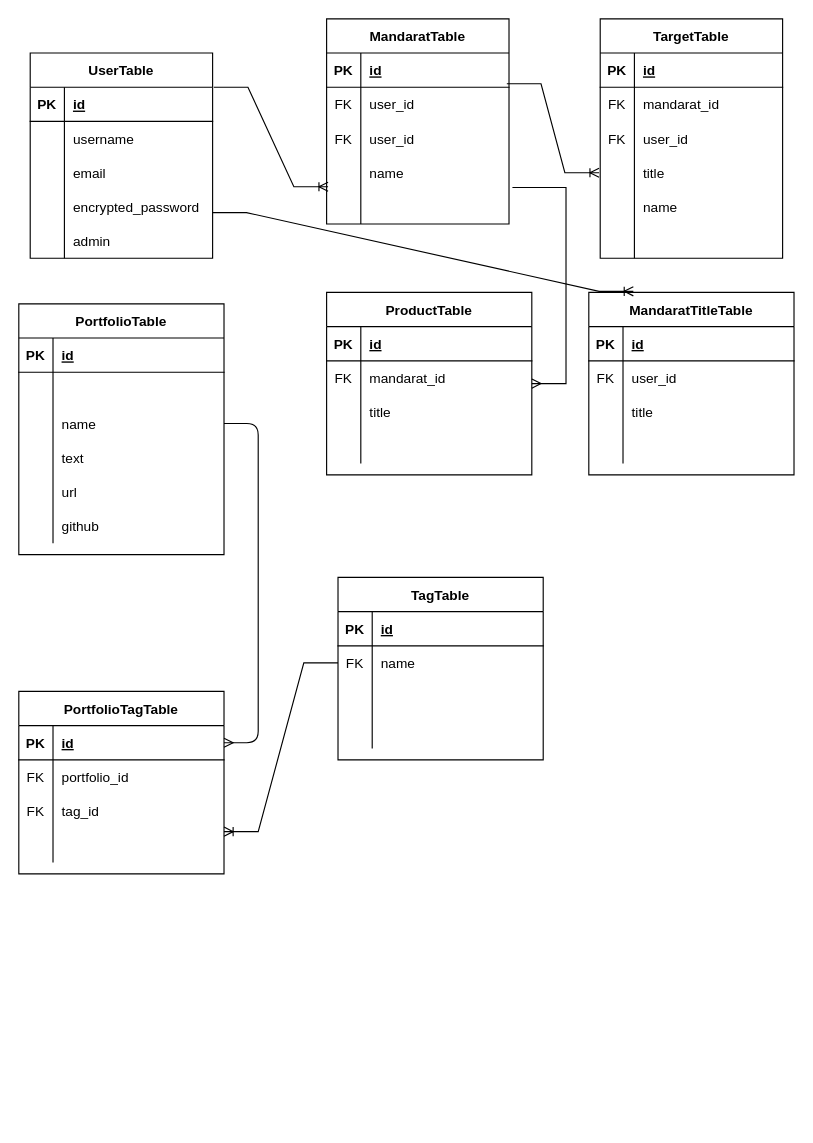
Above: page "ページ1" (1 of 2) of app/er.dio in JAMChannel/mandarat-app (draw.io), before the change. Source tidied: cells renumbered, new cells numbered last; positions are measured from the earlier drawing's top-left corner, leaving out a move shared by most shapes. Both pictures are drawn from the tidied source at 114%, with x=0, y=0 at pixel (18, 18).
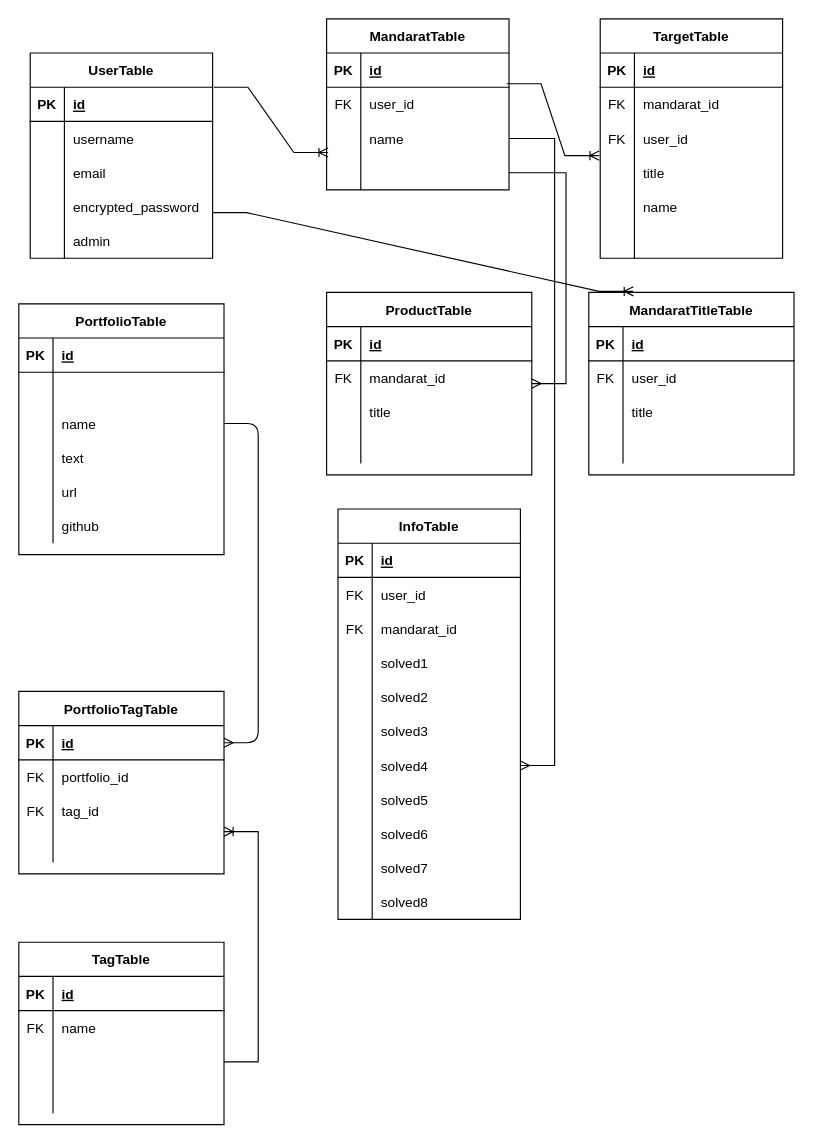
The same diagram, later.

Unchanged cells that the change refers to:
```xml
<mxCell id="23" style="shape=partialRectangle;fillColor=none;top=0;left=0;bottom=0;right=0;points=[[0,0.5],[1,0.5]];portConstraint=eastwest;" parent="19" vertex="1">
  <mxGeometry y="60" width="160" height="30" as="geometry" />
</mxCell>
<mxCell id="35" value="ProductTable" style="shape=table;startSize=30;childLayout=tableLayout;rowLines=0;fontStyle=1;align=center;" parent="1" vertex="1">
  <mxGeometry x="270" y="240" width="180" height="160" as="geometry" />
</mxCell>
<mxCell id="78" style="shape=partialRectangle;fillColor=none;top=0;left=0;bottom=0;right=0;points=[[0,0.5],[1,0.5]];portConstraint=eastwest;" parent="68" vertex="1">
  <mxGeometry y="120" width="180" height="30" as="geometry" />
</mxCell>
<mxCell id="86" style="shape=partialRectangle;fillColor=none;top=0;left=0;bottom=0;right=0;points=[[0,0.5],[1,0.5]];portConstraint=eastwest;" parent="82" vertex="1">
  <mxGeometry y="60" width="180" height="30" as="geometry" />
</mxCell>
<mxCell id="89" style="shape=partialRectangle;fillColor=none;top=0;left=0;bottom=0;right=0;points=[[0,0.5],[1,0.5]];portConstraint=eastwest;" parent="82" vertex="1">
  <mxGeometry y="90" width="180" height="30" as="geometry" />
</mxCell>
<mxCell id="106" style="shape=partialRectangle;fillColor=none;top=0;left=0;bottom=0;right=0;points=[[0,0.5],[1,0.5]];portConstraint=eastwest;" parent="96" vertex="1">
  <mxGeometry y="120" width="160" height="30" as="geometry" />
</mxCell>
```

The edit, as a diff of the source:
```diff
@@
     <mxCell id="19" value="MandaratTable" style="shape=table;startSize=30;childLayout=tableLayout;rowLines=0;fontStyle=1;align=center;" parent="1" vertex="1">
-      <mxGeometry x="270" width="160" height="180" as="geometry" />
+      <mxGeometry x="270" width="160" height="150" as="geometry" />
     </mxCell>
@@
-    <mxCell id="26" style="shape=partialRectangle;fillColor=none;top=0;left=0;bottom=0;right=0;" parent="19" vertex="1">
-      <mxGeometry y="90" width="160" height="30" as="geometry" />
-    </mxCell>
-    <mxCell id="27" value="FK" style="shape=partialRectangle;fillColor=none;top=0;left=0;bottom=0;right=0;overflow=hidden;" parent="26" vertex="1">
-      <mxGeometry width="30" height="30" as="geometry" />
-    </mxCell>
-    <mxCell id="28" value="user_id" style="shape=partialRectangle;fillColor=none;top=0;left=0;bottom=0;right=0;align=left;spacingLeft=6;overflow=hidden;" parent="26" vertex="1">
-      <mxGeometry x="30" width="130" height="30" as="geometry" />
-    </mxCell>
     <mxCell id="29" style="shape=partialRectangle;fillColor=none;top=0;left=0;bottom=0;right=0;points=[[0,0.5],[1,0.5]];portConstraint=eastwest;" parent="19" vertex="1">
-      <mxGeometry y="120" width="160" height="30" as="geometry" />
+      <mxGeometry y="90" width="160" height="30" as="geometry" />
     </mxCell>
@@
     <mxCell id="32" style="shape=partialRectangle;fillColor=none;top=0;left=0;bottom=0;right=0;points=[[0,0.5],[1,0.5]];portConstraint=eastwest;" parent="19" vertex="1">
-      <mxGeometry y="150" width="160" height="30" as="geometry" />
+      <mxGeometry y="120" width="160" height="30" as="geometry" />
     </mxCell>
@@
-    <mxCell id="48" style="edgeStyle=entityRelationEdgeStyle;fontSize=12;html=1;endArrow=ERmany;rounded=0;exitX=1.019;exitY=-0.067;exitDx=0;exitDy=0;exitPerimeter=0;" parent="1" edge="1" target="35">
-      <mxGeometry relative="1" as="geometry">
-        <mxPoint x="433" y="148" as="sourcePoint" />
-      </mxGeometry>
+    <mxCell id="48" style="edgeStyle=entityRelationEdgeStyle;fontSize=12;html=1;endArrow=ERmany;rounded=0;exitX=1;exitY=0.5;exitDx=0;exitDy=0;" parent="1" edge="1" source="32" target="35">
+      <mxGeometry relative="1" as="geometry" />
     </mxCell>
@@
     <mxCell id="82" value="TagTable" style="shape=table;startSize=30;childLayout=tableLayout;rowLines=0;fontStyle=1;align=center;" parent="1" vertex="1">
-      <mxGeometry x="280" y="490" width="180" height="160" as="geometry" />
+      <mxGeometry y="810" width="180" height="160" as="geometry" />
     </mxCell>
@@
-    <mxCell id="95" style="edgeStyle=entityRelationEdgeStyle;fontSize=12;html=1;endArrow=ERoneToMany;rounded=0;entryX=1;entryY=0.1;entryDx=0;entryDy=0;entryPerimeter=0;exitX=0;exitY=0.5;exitDx=0;exitDy=0;" parent="1" edge="1" source="86" target="78">
+    <mxCell id="95" style="edgeStyle=entityRelationEdgeStyle;fontSize=12;html=1;endArrow=ERoneToMany;rounded=0;entryX=1;entryY=0.1;entryDx=0;entryDy=0;entryPerimeter=0;exitX=1;exitY=0.5;exitDx=0;exitDy=0;" parent="1" edge="1" source="89" target="78">
       <mxGeometry relative="1" as="geometry" />
     </mxCell>
@@
-    <mxCell id="129" style="edgeStyle=entityRelationEdgeStyle;fontSize=12;html=1;endArrow=ERoneToMany;rounded=0;exitX=0.988;exitY=-0.1;exitDx=0;exitDy=0;exitPerimeter=0;" parent="1" edge="1" source="23">
-      <mxGeometry relative="1" as="geometry">
-        <mxPoint x="509" y="135" as="targetPoint" />
-      </mxGeometry>
+    <mxCell id="129" style="edgeStyle=entityRelationEdgeStyle;fontSize=12;html=1;endArrow=ERoneToMany;rounded=0;exitX=0.988;exitY=-0.1;exitDx=0;exitDy=0;exitPerimeter=0;entryX=-0.006;entryY=0;entryDx=0;entryDy=0;entryPerimeter=0;" parent="1" edge="1" source="23" target="106">
+      <mxGeometry relative="1" as="geometry" />
     </mxCell>
+    <mxCell id="130" value="InfoTable" style="shape=table;startSize=30;childLayout=tableLayout;rowLines=0;fontStyle=1;align=center;" parent="1" vertex="1">
+      <mxGeometry x="280" y="430" width="160" height="360" as="geometry" />
+    </mxCell>
+    <mxCell id="131" style="shape=partialRectangle;fillColor=none;top=0;left=0;bottom=1;right=0;" parent="130" vertex="1">
+      <mxGeometry y="30" width="160" height="30" as="geometry" />
+    </mxCell>
+    <mxCell id="132" value="PK" style="shape=partialRectangle;fillColor=none;top=0;left=0;bottom=0;right=0;fontStyle=1;overflow=hidden;" parent="131" vertex="1">
+      <mxGeometry width="30" height="30" as="geometry" />
+    </mxCell>
+    <mxCell id="133" value="id" style="shape=partialRectangle;fillColor=none;top=0;left=0;bottom=0;right=0;align=left;spacingLeft=6;fontStyle=5;overflow=hidden;" parent="131" vertex="1">
+      <mxGeometry x="30" width="130" height="30" as="geometry" />
+    </mxCell>
+    <mxCell id="134" style="shape=partialRectangle;fillColor=none;top=0;left=0;bottom=0;right=0;" parent="130" vertex="1">
+      <mxGeometry y="60" width="160" height="30" as="geometry" />
+    </mxCell>
+    <mxCell id="135" value="FK" style="shape=partialRectangle;fillColor=none;top=0;left=0;bottom=0;right=0;overflow=hidden;" parent="134" vertex="1">
+      <mxGeometry width="30" height="30" as="geometry" />
+    </mxCell>
+    <mxCell id="28" value="user_id" style="shape=partialRectangle;fillColor=none;top=0;left=0;bottom=0;right=0;align=left;spacingLeft=6;overflow=hidden;" parent="134" vertex="1">
+      <mxGeometry x="30" width="130" height="30" as="geometry" />
+    </mxCell>
+    <mxCell id="26" style="shape=partialRectangle;fillColor=none;top=0;left=0;bottom=0;right=0;" parent="130" vertex="1">
+      <mxGeometry y="90" width="160" height="30" as="geometry" />
+    </mxCell>
+    <mxCell id="136" value="FK" style="shape=partialRectangle;fillColor=none;top=0;left=0;bottom=0;right=0;overflow=hidden;" parent="26" vertex="1">
+      <mxGeometry width="30" height="30" as="geometry" />
+    </mxCell>
+    <mxCell id="137" value="mandarat_id" style="shape=partialRectangle;fillColor=none;top=0;left=0;bottom=0;right=0;align=left;spacingLeft=6;overflow=hidden;" parent="26" vertex="1">
+      <mxGeometry x="30" width="130" height="30" as="geometry" />
+    </mxCell>
+    <mxCell id="138" style="shape=partialRectangle;fillColor=none;top=0;left=0;bottom=0;right=0;" parent="130" vertex="1">
+      <mxGeometry y="120" width="160" height="30" as="geometry" />
+    </mxCell>
+    <mxCell id="139" style="shape=partialRectangle;fillColor=none;top=0;left=0;bottom=0;right=0;overflow=hidden;" parent="138" vertex="1">
+      <mxGeometry width="30" height="30" as="geometry" />
+    </mxCell>
+    <mxCell id="140" value="solved1" style="shape=partialRectangle;fillColor=none;top=0;left=0;bottom=0;right=0;align=left;spacingLeft=6;overflow=hidden;" parent="138" vertex="1">
+      <mxGeometry x="30" width="130" height="30" as="geometry" />
+    </mxCell>
+    <mxCell id="141" style="shape=partialRectangle;fillColor=none;top=0;left=0;bottom=0;right=0;" parent="130" vertex="1">
+      <mxGeometry y="150" width="160" height="30" as="geometry" />
+    </mxCell>
+    <mxCell id="142" style="shape=partialRectangle;fillColor=none;top=0;left=0;bottom=0;right=0;overflow=hidden;" parent="141" vertex="1">
+      <mxGeometry width="30" height="30" as="geometry" />
+    </mxCell>
+    <mxCell id="143" value="solved2" style="shape=partialRectangle;fillColor=none;top=0;left=0;bottom=0;right=0;align=left;spacingLeft=6;overflow=hidden;" parent="141" vertex="1">
+      <mxGeometry x="30" width="130" height="30" as="geometry" />
+    </mxCell>
+    <mxCell id="144" style="shape=partialRectangle;fillColor=none;top=0;left=0;bottom=0;right=0;" parent="130" vertex="1">
+      <mxGeometry y="180" width="160" height="30" as="geometry" />
+    </mxCell>
+    <mxCell id="145" style="shape=partialRectangle;fillColor=none;top=0;left=0;bottom=0;right=0;overflow=hidden;" parent="144" vertex="1">
+      <mxGeometry width="30" height="30" as="geometry" />
+    </mxCell>
+    <mxCell id="146" value="solved3" style="shape=partialRectangle;fillColor=none;top=0;left=0;bottom=0;right=0;align=left;spacingLeft=6;overflow=hidden;" parent="144" vertex="1">
+      <mxGeometry x="30" width="130" height="30" as="geometry" />
+    </mxCell>
+    <mxCell id="147" style="shape=partialRectangle;fillColor=none;top=0;left=0;bottom=0;right=0;points=[[0,0.5],[1,0.5]];portConstraint=eastwest;" parent="130" vertex="1">
+      <mxGeometry y="210" width="160" height="30" as="geometry" />
+    </mxCell>
+    <mxCell id="148" style="shape=partialRectangle;fillColor=none;top=0;left=0;bottom=0;right=0;overflow=hidden;" parent="147" vertex="1">
+      <mxGeometry width="30" height="30" as="geometry" />
+    </mxCell>
+    <mxCell id="149" value="solved4" style="shape=partialRectangle;fillColor=none;top=0;left=0;bottom=0;right=0;align=left;spacingLeft=6;overflow=hidden;" parent="147" vertex="1">
+      <mxGeometry x="30" width="130" height="30" as="geometry" />
+    </mxCell>
+    <mxCell id="150" style="shape=partialRectangle;fillColor=none;top=0;left=0;bottom=0;right=0;" parent="130" vertex="1">
+      <mxGeometry y="240" width="160" height="30" as="geometry" />
+    </mxCell>
+    <mxCell id="151" style="shape=partialRectangle;fillColor=none;top=0;left=0;bottom=0;right=0;overflow=hidden;" parent="150" vertex="1">
+      <mxGeometry width="30" height="30" as="geometry" />
+    </mxCell>
+    <mxCell id="152" value="solved5" style="shape=partialRectangle;fillColor=none;top=0;left=0;bottom=0;right=0;align=left;spacingLeft=6;overflow=hidden;" parent="150" vertex="1">
+      <mxGeometry x="30" width="130" height="30" as="geometry" />
+    </mxCell>
+    <mxCell id="153" style="shape=partialRectangle;fillColor=none;top=0;left=0;bottom=0;right=0;" parent="130" vertex="1">
+      <mxGeometry y="270" width="160" height="30" as="geometry" />
+    </mxCell>
+    <mxCell id="154" style="shape=partialRectangle;fillColor=none;top=0;left=0;bottom=0;right=0;overflow=hidden;" parent="153" vertex="1">
+      <mxGeometry width="30" height="30" as="geometry" />
+    </mxCell>
+    <mxCell id="155" value="solved6" style="shape=partialRectangle;fillColor=none;top=0;left=0;bottom=0;right=0;align=left;spacingLeft=6;overflow=hidden;" parent="153" vertex="1">
+      <mxGeometry x="30" width="130" height="30" as="geometry" />
+    </mxCell>
+    <mxCell id="156" style="shape=partialRectangle;fillColor=none;top=0;left=0;bottom=0;right=0;" parent="130" vertex="1">
+      <mxGeometry y="300" width="160" height="30" as="geometry" />
+    </mxCell>
+    <mxCell id="157" style="shape=partialRectangle;fillColor=none;top=0;left=0;bottom=0;right=0;overflow=hidden;" parent="156" vertex="1">
+      <mxGeometry width="30" height="30" as="geometry" />
+    </mxCell>
+    <mxCell id="158" value="solved7" style="shape=partialRectangle;fillColor=none;top=0;left=0;bottom=0;right=0;align=left;spacingLeft=6;overflow=hidden;" parent="156" vertex="1">
+      <mxGeometry x="30" width="130" height="30" as="geometry" />
+    </mxCell>
+    <mxCell id="159" style="shape=partialRectangle;fillColor=none;top=0;left=0;bottom=0;right=0;" parent="130" vertex="1">
+      <mxGeometry y="330" width="160" height="30" as="geometry" />
+    </mxCell>
+    <mxCell id="160" style="shape=partialRectangle;fillColor=none;top=0;left=0;bottom=0;right=0;overflow=hidden;" parent="159" vertex="1">
+      <mxGeometry width="30" height="30" as="geometry" />
+    </mxCell>
+    <mxCell id="161" value="solved8" style="shape=partialRectangle;fillColor=none;top=0;left=0;bottom=0;right=0;align=left;spacingLeft=6;overflow=hidden;" parent="159" vertex="1">
+      <mxGeometry x="30" width="130" height="30" as="geometry" />
+    </mxCell>
+    <mxCell id="162" style="edgeStyle=entityRelationEdgeStyle;fontSize=12;html=1;endArrow=ERmany;rounded=0;exitX=1;exitY=0.5;exitDx=0;exitDy=0;" parent="1" edge="1" source="29" target="147">
+      <mxGeometry relative="1" as="geometry" />
+    </mxCell>
```
